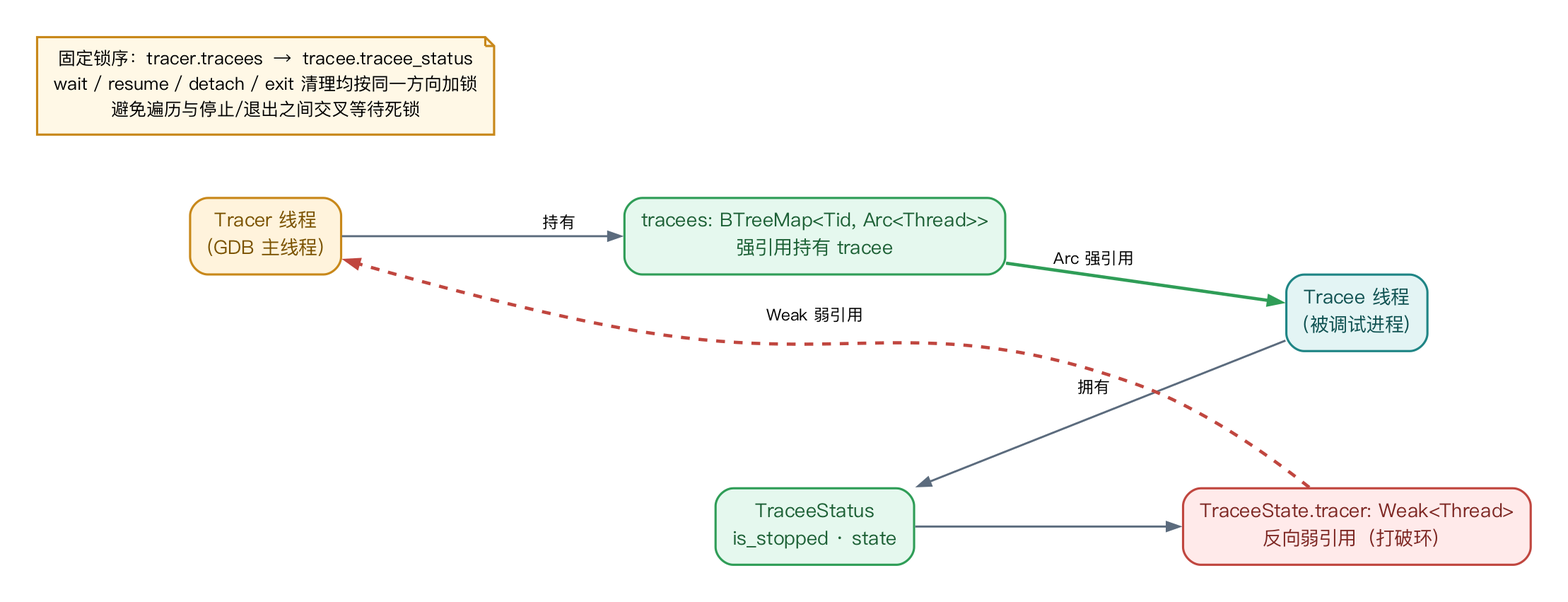
The Graphviz diagram research_practice/assets/03_tracer_tracee.png in vvvvsv/asterinas, before a commit. Its source is kept beside it as research_practice/assets/03_tracer_tracee.dot.
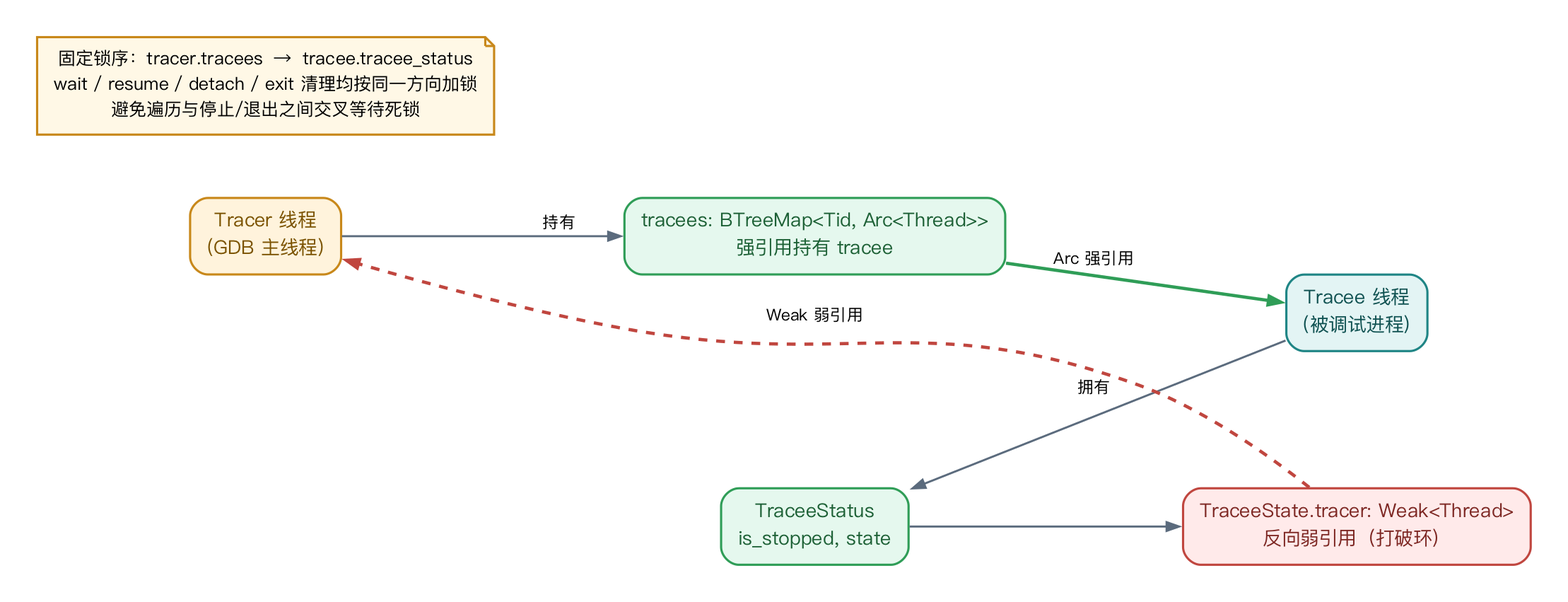
The same file after the commit.

What changed in the source:
```diff
@@ -6,7 +6,7 @@
   tracer [label="Tracer 线程\n(GDB 主线程)", fillcolor="#FFF3DC", color="#C8881A", fontcolor="#7a5200"];
   map [label="tracees: BTreeMap&lt;Tid, Arc&lt;Thread&gt;&gt;\n强引用持有 tracee", fillcolor="#E5F8EE", color="#2F9D57", fontcolor="#1c6035"];
   tracee [label="Tracee 线程\n(被调试进程)", fillcolor="#E3F4F4", color="#1F8585", fontcolor="#0f5151"];
-  status [label="TraceeStatus\nis_stopped · state", fillcolor="#E5F8EE", color="#2F9D57", fontcolor="#1c6035"];
+  status [label="TraceeStatus\nis_stopped, state", fillcolor="#E5F8EE", color="#2F9D57", fontcolor="#1c6035"];
   back [label="TraceeState.tracer: Weak&lt;Thread&gt;\n反向弱引用（打破环）", fillcolor="#FFEAEA", color="#C0463F", fontcolor="#7d2723"];
 
   tracer -> map [label="持有"];
```
